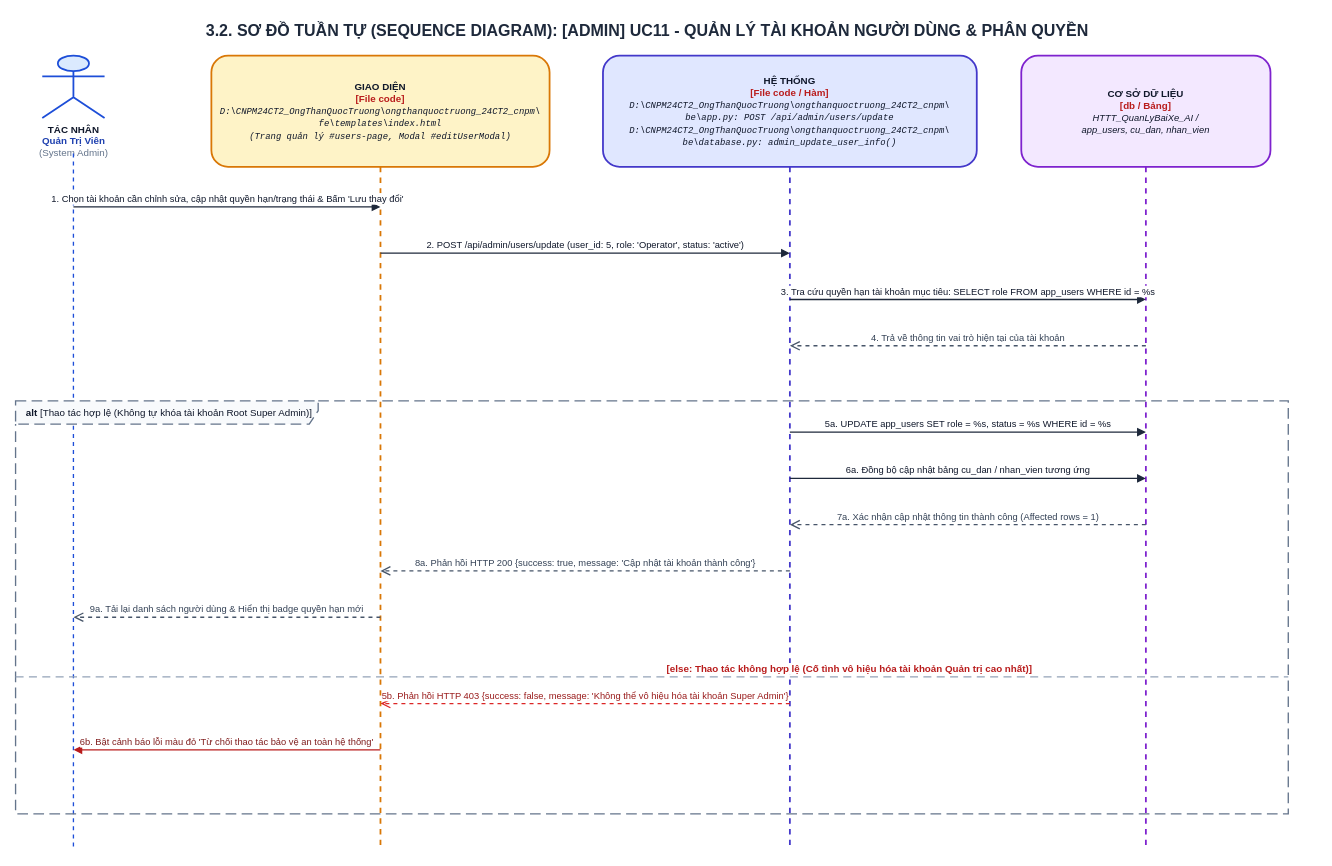
Before: ongthanquoctruong_24CT2_cnpm/docs/drawio/uc11_admin_user_mgmt.drawio in Truong027/CNPM24, a draw.io diagram. Source tidied: cells renumbered, new cells numbered last; positions are measured from the earlier drawing's top-left corner, leaving out a move shared by most shapes. Both pictures are drawn from the tidied source at 89%, with x=0, y=0 at pixel (15, 15).
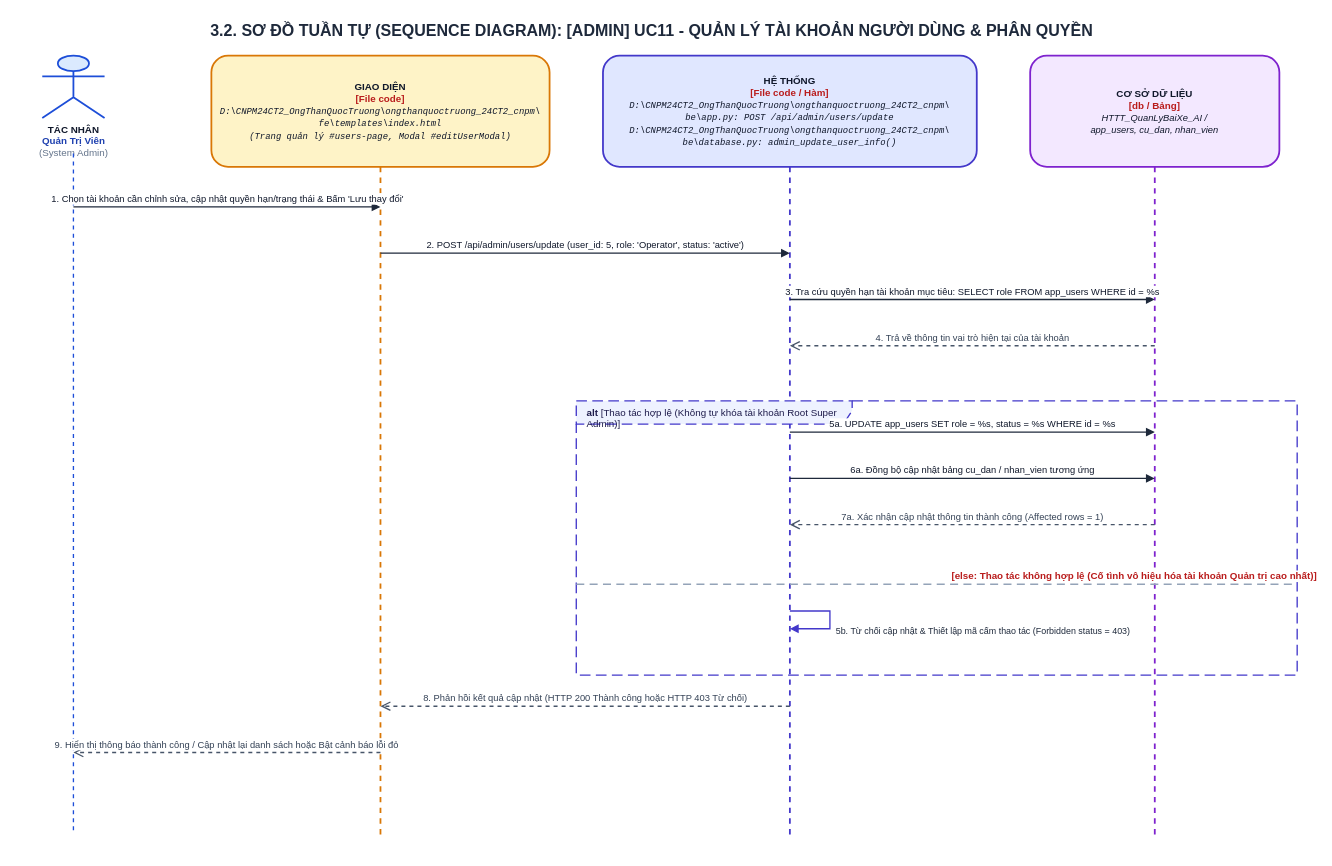
The same diagram, later.

The edit, as a diff of the source:
```diff
@@
     <mxCell id="2" value="&lt;b&gt;3.2. SƠ ĐỒ TUẦN TỰ (SEQUENCE DIAGRAM): [ADMIN] UC11 - QUẢN LÝ TÀI KHOẢN NGƯỜI DÙNG &amp; PHÂN QUYỀN&lt;/b&gt;" style="text;html=1;strokeColor=none;fillColor=none;align=center;verticalAlign=middle;whiteSpace=wrap;rounded=0;fontSize=18;fontColor=#1E293B;fontStyle=1;" parent="1" vertex="1">
-      <mxGeometry width="1420" height="35" as="geometry" />
+      <mxGeometry width="1430" height="35" as="geometry" />
     </mxCell>
@@
     <mxCell id="4" style="endArrow=none;dashed=1;html=1;strokeWidth=1.5;strokeColor=#1D4ED8;" parent="1" edge="1">
       <mxGeometry relative="1" as="geometry">
         <mxPoint x="65" y="155" as="sourcePoint" />
-        <mxPoint x="65" y="937" as="targetPoint" />
+        <mxPoint x="65" y="920" as="targetPoint" />
       </mxGeometry>
     </mxCell>
     <mxCell id="5" value="&lt;b&gt;GIAO DIỆN&lt;/b&gt;&lt;br/&gt;&lt;font color='#B91C1C'&gt;&lt;b&gt;[File code]&lt;/b&gt;&lt;/font&gt;&lt;br/&gt;&lt;font style='font-size: 10px; font-family: Consolas, monospace;'&gt;&lt;i&gt;D:\CNPM24CT2_OngThanQuocTruong\ongthanquoctruong_24CT2_cnpm\&lt;br/&gt;fe\templates\index.html&lt;br/&gt;(Trang quản lý #users-page, Modal #editUserModal)&lt;/i&gt;&lt;/font&gt;" style="shape=umlLifeline;perimeter=lifelinePerimeter;whiteSpace=wrap;html=1;size=125;fillColor=#FEF3C7;strokeColor=#D97706;strokeWidth=2;fontColor=#0F172A;rounded=1;shadow=0;fontSize=11;align=center;" parent="1" vertex="1">
-      <mxGeometry x="220" y="45" width="380" height="892" as="geometry" />
+      <mxGeometry x="220" y="45" width="380" height="875" as="geometry" />
     </mxCell>
     <mxCell id="6" value="&lt;b&gt;HỆ THỐNG&lt;/b&gt;&lt;br/&gt;&lt;font color='#B91C1C'&gt;&lt;b&gt;[File code / Hàm]&lt;/b&gt;&lt;/font&gt;&lt;br/&gt;&lt;font style='font-size: 10px; font-family: Consolas, monospace;'&gt;&lt;i&gt;D:\CNPM24CT2_OngThanQuocTruong\ongthanquoctruong_24CT2_cnpm\&lt;br/&gt;be\app.py: POST /api/admin/users/update&lt;br/&gt;D:\CNPM24CT2_OngThanQuocTruong\ongthanquoctruong_24CT2_cnpm\&lt;br/&gt;be\database.py: admin_update_user_info()&lt;/i&gt;&lt;/font&gt;" style="shape=umlLifeline;perimeter=lifelinePerimeter;whiteSpace=wrap;html=1;size=125;fillColor=#E0E7FF;strokeColor=#4338CA;strokeWidth=2;fontColor=#0F172A;rounded=1;shadow=0;fontSize=11;align=center;" parent="1" vertex="1">
-      <mxGeometry x="660" y="45" width="420" height="892" as="geometry" />
+      <mxGeometry x="660" y="45" width="420" height="875" as="geometry" />
     </mxCell>
     <mxCell id="7" value="&lt;b&gt;CƠ SỞ DỮ LIỆU&lt;/b&gt;&lt;br/&gt;&lt;font color='#B91C1C'&gt;&lt;b&gt;[db / Bảng]&lt;/b&gt;&lt;/font&gt;&lt;br/&gt;&lt;font style='font-size: 10.5px;'&gt;&lt;i&gt;HTTT_QuanLyBaiXe_AI /&lt;br/&gt;app_users, cu_dan, nhan_vien&lt;/i&gt;&lt;/font&gt;" style="shape=umlLifeline;perimeter=lifelinePerimeter;whiteSpace=wrap;html=1;size=125;fillColor=#F3E8FF;strokeColor=#7E22CE;strokeWidth=2;fontColor=#0F172A;rounded=1;shadow=0;fontSize=11;align=center;" parent="1" vertex="1">
-      <mxGeometry x="1130" y="45" width="280" height="892" as="geometry" />
+      <mxGeometry x="1140" y="45" width="280" height="875" as="geometry" />
     </mxCell>
@@
     <mxCell id="10" value="3. Tra cứu quyền hạn tài khoản mục tiêu: SELECT role FROM app_users WHERE id = %s" style="html=1;verticalAlign=bottom;endArrow=block;rounded=0;strokeColor=#1E293B;strokeWidth=1.5;fontColor=#0F172A;fontSize=10.5;" parent="1" edge="1">
       <mxGeometry relative="1" as="geometry">
         <mxPoint x="870" y="319" as="sourcePoint" />
-        <mxPoint x="1270" y="319" as="targetPoint" />
+        <mxPoint x="1280" y="319" as="targetPoint" />
       </mxGeometry>
     </mxCell>
     <mxCell id="11" value="4. Trả về thông tin vai trò hiện tại của tài khoản" style="html=1;verticalAlign=bottom;endArrow=open;dashed=1;endSize=8;rounded=0;strokeColor=#475569;strokeWidth=1.5;fontColor=#334155;fontSize=10.5;" parent="1" edge="1">
       <mxGeometry relative="1" as="geometry">
-        <mxPoint x="1270" y="371" as="sourcePoint" />
+        <mxPoint x="1280" y="371" as="sourcePoint" />
         <mxPoint x="870" y="371" as="targetPoint" />
       </mxGeometry>
     </mxCell>
-    <mxCell id="12" value="&lt;b&gt;alt&lt;/b&gt; [Thao tác hợp lệ (Không tự khóa tài khoản Root Super Admin)]" style="shape=umlFrame;whiteSpace=wrap;html=1;width=340;height=26;dashed=1;dashPattern=8 4;strokeColor=#64748B;fillColor=#F8FAFC;strokeWidth=1.5;align=left;spacingLeft=10;verticalAlign=top;fontStyle=0;fontSize=11;fontColor=#0F172A;" parent="1" vertex="1">
-      <mxGeometry y="433" width="1430" height="464" as="geometry" />
+    <mxCell id="12" value="&lt;b&gt;alt&lt;/b&gt; [Thao tác hợp lệ (Không tự khóa tài khoản Root Super Admin)]" style="shape=umlFrame;whiteSpace=wrap;html=1;width=310;height=26;dashed=1;dashPattern=8 4;strokeColor=#4338CA;fillColor=#EEF2FF;strokeWidth=1.5;align=left;spacingLeft=10;verticalAlign=top;fontStyle=0;fontSize=11;fontColor=#1E1B4B;" parent="1" vertex="1">
+      <mxGeometry x="630" y="433" width="810" height="308" as="geometry" />
     </mxCell>
     <mxCell id="13" value="5a. UPDATE app_users SET role = %s, status = %s WHERE id = %s" style="html=1;verticalAlign=bottom;endArrow=block;rounded=0;strokeColor=#1E293B;strokeWidth=1.5;fontColor=#0F172A;fontSize=10.5;" parent="1" edge="1">
       <mxGeometry relative="1" as="geometry">
         <mxPoint x="870" y="468" as="sourcePoint" />
-        <mxPoint x="1270" y="468" as="targetPoint" />
+        <mxPoint x="1280" y="468" as="targetPoint" />
       </mxGeometry>
     </mxCell>
     <mxCell id="14" value="6a. Đồng bộ cập nhật bảng cu_dan / nhan_vien tương ứng" style="html=1;verticalAlign=bottom;endArrow=block;rounded=0;strokeColor=#1E293B;strokeWidth=1.5;fontColor=#0F172A;fontSize=10.5;" parent="1" edge="1">
       <mxGeometry relative="1" as="geometry">
         <mxPoint x="870" y="520" as="sourcePoint" />
-        <mxPoint x="1270" y="520" as="targetPoint" />
+        <mxPoint x="1280" y="520" as="targetPoint" />
       </mxGeometry>
     </mxCell>
     <mxCell id="15" value="7a. Xác nhận cập nhật thông tin thành công (Affected rows = 1)" style="html=1;verticalAlign=bottom;endArrow=open;dashed=1;endSize=8;rounded=0;strokeColor=#475569;strokeWidth=1.5;fontColor=#334155;fontSize=10.5;" parent="1" edge="1">
       <mxGeometry relative="1" as="geometry">
-        <mxPoint x="1270" y="572" as="sourcePoint" />
+        <mxPoint x="1280" y="572" as="sourcePoint" />
         <mxPoint x="870" y="572" as="targetPoint" />
       </mxGeometry>
     </mxCell>
-    <mxCell id="16" value="8a. Phản hồi HTTP 200 {success: true, message: 'Cập nhật tài khoản thành công'}" style="html=1;verticalAlign=bottom;endArrow=open;dashed=1;endSize=8;rounded=0;strokeColor=#475569;strokeWidth=1.5;fontColor=#334155;fontSize=10.5;" parent="1" edge="1">
-      <mxGeometry relative="1" as="geometry">
-        <mxPoint x="870" y="624" as="sourcePoint" />
-        <mxPoint x="410" y="624" as="targetPoint" />
-      </mxGeometry>
-    </mxCell>
-    <mxCell id="17" value="9a. Tải lại danh sách người dùng &amp; Hiển thị badge quyền hạn mới" style="html=1;verticalAlign=bottom;endArrow=open;dashed=1;endSize=8;rounded=0;strokeColor=#475569;strokeWidth=1.5;fontColor=#334155;fontSize=10.5;" parent="1" edge="1">
-      <mxGeometry relative="1" as="geometry">
-        <mxPoint x="410" y="676" as="sourcePoint" />
-        <mxPoint x="65" y="676" as="targetPoint" />
-      </mxGeometry>
-    </mxCell>
     <mxCell id="18" value="&lt;b&gt;[else: Thao tác không hợp lệ (Cố tình vô hiệu hóa tài khoản Quản trị cao nhất)]&lt;/b&gt;" style="html=1;strokeWidth=1.5;strokeColor=#94A3B8;dashed=1;dashPattern=6 4;endArrow=none;align=left;verticalAlign=bottom;spacingLeft=15;fontColor=#B91C1C;fontSize=11;fontStyle=0;" parent="1" edge="1">
       <mxGeometry relative="1" as="geometry">
-        <mxPoint y="743" as="sourcePoint" />
-        <mxPoint x="1430" y="743" as="targetPoint" />
+        <mxPoint x="630" y="639" as="sourcePoint" />
+        <mxPoint x="1440" y="639" as="targetPoint" />
       </mxGeometry>
     </mxCell>
-    <mxCell id="19" value="5b. Phản hồi HTTP 403 {success: false, message: 'Không thể vô hiệu hóa tài khoản Super Admin'}" style="html=1;verticalAlign=bottom;endArrow=open;dashed=1;endSize=8;rounded=0;strokeColor=#DC2626;strokeWidth=1.5;fontColor=#991B1B;fontSize=10.5;" parent="1" edge="1">
+    <mxCell id="19" value="5b. Từ chối cập nhật &amp; Thiết lập mã cấm thao tác (Forbidden status = 403)" style="html=1;align=left;spacingLeft=5;verticalAlign=top;endArrow=block;rounded=0;edgeStyle=orthogonalEdgeStyle;curved=0;strokeColor=#4338CA;strokeWidth=1.5;fontColor=#1E293B;fontSize=10;" parent="1" edge="1">
       <mxGeometry relative="1" as="geometry">
-        <mxPoint x="870" y="773" as="sourcePoint" />
-        <mxPoint x="410" y="773" as="targetPoint" />
+        <mxPoint x="870" y="669" as="sourcePoint" />
+        <mxPoint x="870" y="689" as="targetPoint" />
+        <Array as="points">
+          <mxPoint x="915" y="669" />
+          <mxPoint x="915" y="689" />
+        </Array>
       </mxGeometry>
     </mxCell>
-    <mxCell id="20" value="6b. Bật cảnh báo lỗi màu đỏ 'Từ chối thao tác bảo vệ an toàn hệ thống'" style="html=1;verticalAlign=bottom;endArrow=block;rounded=0;strokeColor=#B91C1C;strokeWidth=1.5;fontColor=#7F1D1D;fontSize=10.5;" parent="1" edge="1">
-      <mxGeometry relative="1" as="geometry">
-        <mxPoint x="410" y="825" as="sourcePoint" />
-        <mxPoint x="65" y="825" as="targetPoint" />
-      </mxGeometry>
-    </mxCell>
+    <mxCell id="21" value="8. Phản hồi kết quả cập nhật (HTTP 200 Thành công hoặc HTTP 403 Từ chối)" style="html=1;verticalAlign=bottom;endArrow=open;dashed=1;endSize=8;rounded=0;strokeColor=#475569;strokeWidth=1.5;fontColor=#334155;fontSize=10.5;" parent="1" edge="1">
+      <mxGeometry relative="1" as="geometry">
+        <mxPoint x="870" y="776" as="sourcePoint" />
+        <mxPoint x="410" y="776" as="targetPoint" />
+      </mxGeometry>
+    </mxCell>
+    <mxCell id="22" value="9. Hiển thị thông báo thành công / Cập nhật lại danh sách hoặc Bật cảnh báo lỗi đỏ" style="html=1;verticalAlign=bottom;endArrow=open;dashed=1;endSize=8;rounded=0;strokeColor=#475569;strokeWidth=1.5;fontColor=#334155;fontSize=10.5;" parent="1" edge="1">
+      <mxGeometry relative="1" as="geometry">
+        <mxPoint x="410" y="828" as="sourcePoint" />
+        <mxPoint x="65" y="828" as="targetPoint" />
+      </mxGeometry>
+    </mxCell>
```
